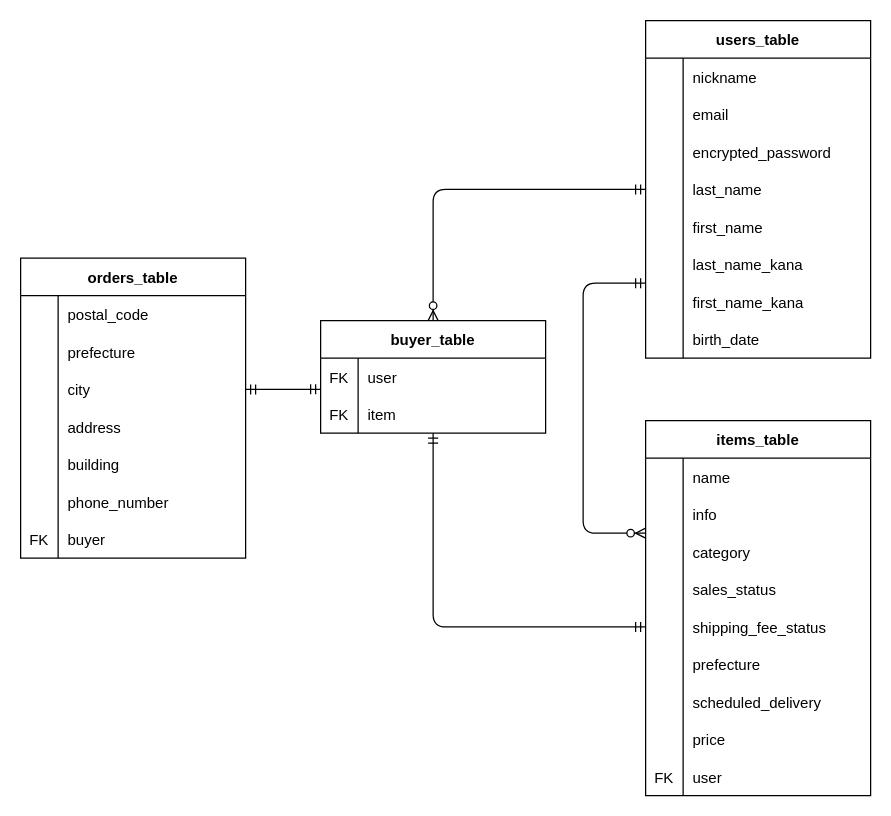
The draw.io diagram entity_relation_table.dio in Tac-O-Lanthan/furima-33053, before the edit. Source tidied: cells renumbered, new cells numbered last; positions are measured from the earlier drawing's top-left corner, leaving out a move shared by most shapes. Both pictures are drawn from the tidied source at 125%, with x=0, y=0 at pixel (20, 20).
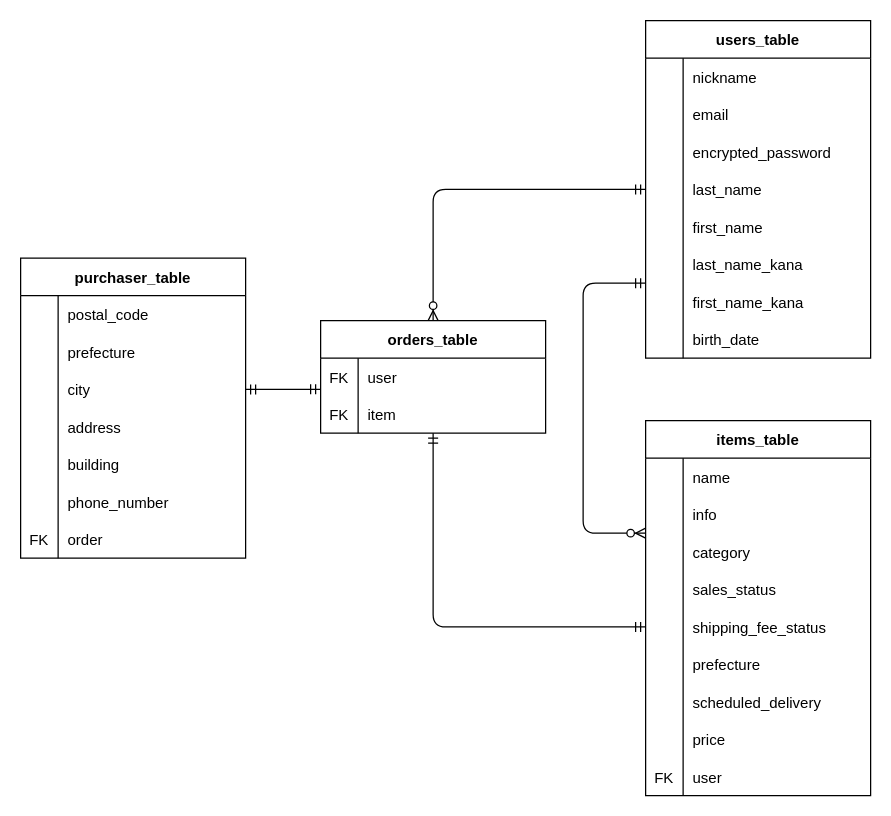
After the change.

Commit message (it also covers changes not shown here):
READMEとER図の予定モデル名変更

buyer_table → order_table
order_table → purchaser_table

Unchanged cells that the change refers to:
```xml
<mxCell id="74" style="shape=partialRectangle;fillColor=none;top=0;left=0;bottom=0;right=0;" parent="55" vertex="1">
  <mxGeometry y="210" width="180" height="30" as="geometry" />
</mxCell>
```

What changed in the source:
```diff
@@
-    <mxCell id="55" value="orders_table" style="shape=table;startSize=30;childLayout=tableLayout;rowLines=0;fontStyle=1;align=center;verticalAlign=middle;" parent="1" vertex="1">
+    <mxCell id="55" value="purchaser_table" style="shape=table;startSize=30;childLayout=tableLayout;rowLines=0;fontStyle=1;align=center;verticalAlign=middle;" parent="1" vertex="1">
       <mxGeometry y="190" width="180" height="240" as="geometry" />
     </mxCell>
@@
-    <mxCell id="76" value="buyer" style="shape=partialRectangle;fillColor=none;top=0;left=0;bottom=0;right=0;align=left;spacingLeft=6;overflow=hidden;" parent="74" vertex="1">
+    <mxCell id="76" value="order" style="shape=partialRectangle;fillColor=none;top=0;left=0;bottom=0;right=0;align=left;spacingLeft=6;overflow=hidden;" parent="74" vertex="1">
       <mxGeometry x="30" width="150" height="30" as="geometry" />
     </mxCell>
-    <mxCell id="77" value="buyer_table" style="shape=table;startSize=30;childLayout=tableLayout;rowLines=0;fontStyle=1;align=center;" parent="1" vertex="1">
+    <mxCell id="77" value="orders_table" style="shape=table;startSize=30;childLayout=tableLayout;rowLines=0;fontStyle=1;align=center;" parent="1" vertex="1">
       <mxGeometry x="240" y="240" width="180" height="90" as="geometry" />
     </mxCell>
```
